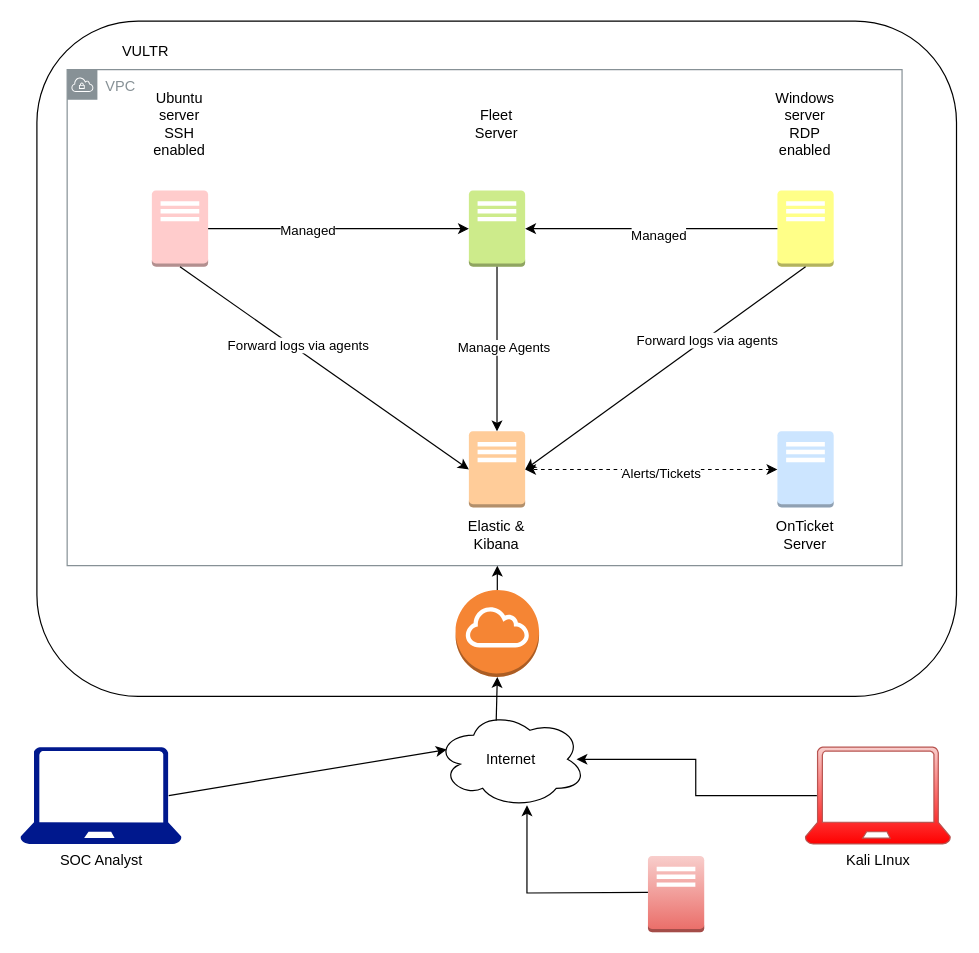
Before: 30day Challenge.drawio in Xandacross/-30-Day-MyDFIR-SOC-Analyst-Challenge, a draw.io diagram. Source tidied: cells renumbered, new cells numbered last; positions are measured from the earlier drawing's top-left corner, leaving out a move shared by most shapes. Both pictures are drawn from the tidied source at 121%, with x=0, y=0 at pixel (19, 21).
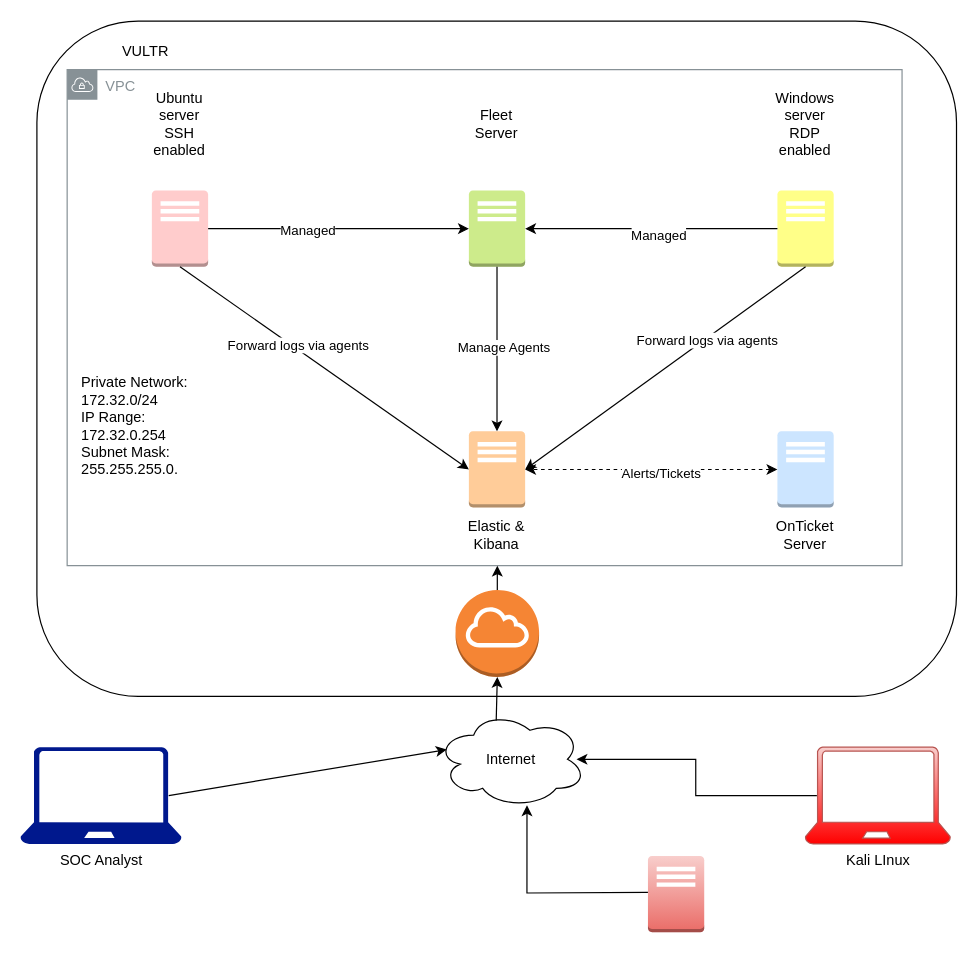
Above is the later version.

Diff of the diagram source:
```diff
@@
+    <mxCell id="37" value="Private Network: 172.32.0/24&lt;br&gt;IP Range: 172.32.0.254&lt;br&gt;&lt;div style=&quot;&quot;&gt;&lt;span style=&quot;background-color: initial;&quot;&gt;Subnet Mask: 255.255.255.0.&lt;/span&gt;&lt;/div&gt;" style="text;html=1;align=left;verticalAlign=middle;whiteSpace=wrap;rounded=0;" parent="1" vertex="1">
+      <mxGeometry x="49" y="320" width="100" height="30" as="geometry" />
+    </mxCell>
```
